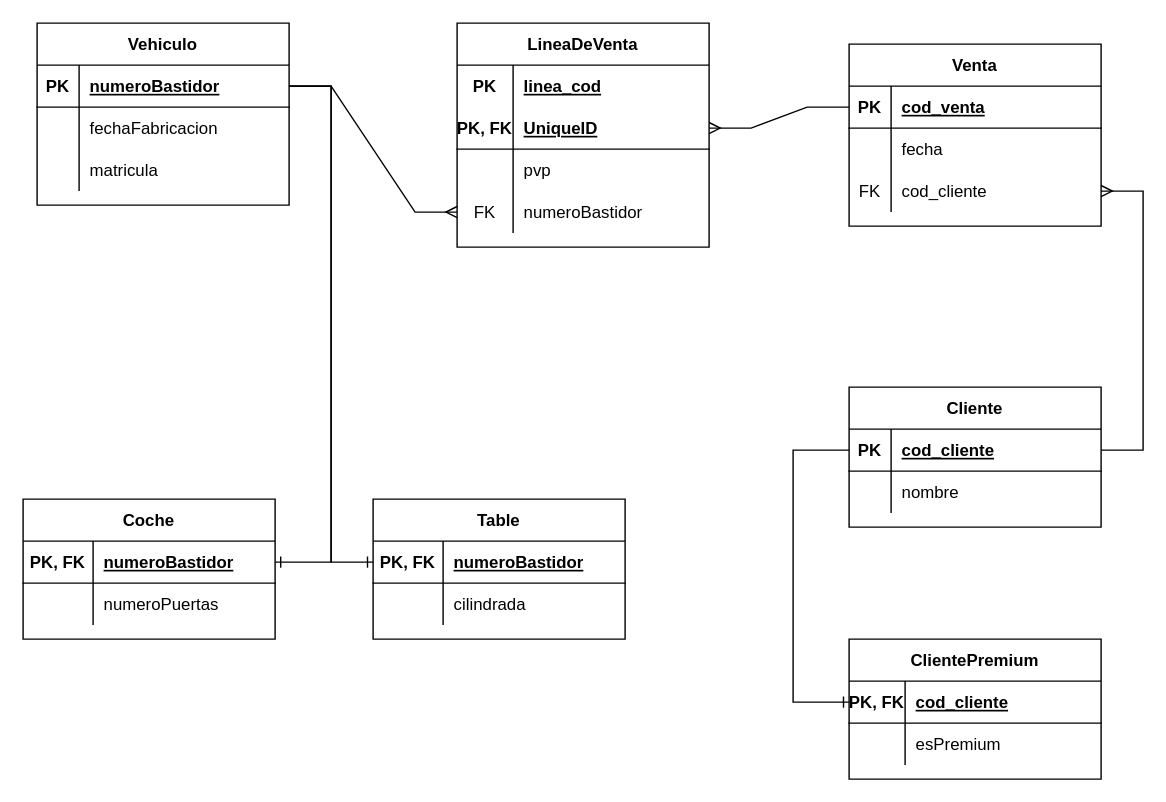
PedroPuertasR/1DAM.EV2 keeps this draw.io diagram as BBDD/Tema 8/ejercicio3.drawio. Above is the earlier version. Source tidied: cells renumbered, new cells numbered last; positions are measured from the earlier drawing's top-left corner, leaving out a move shared by most shapes. Both pictures are drawn from the tidied source at 140%, with x=0, y=0 at pixel (22, 22).
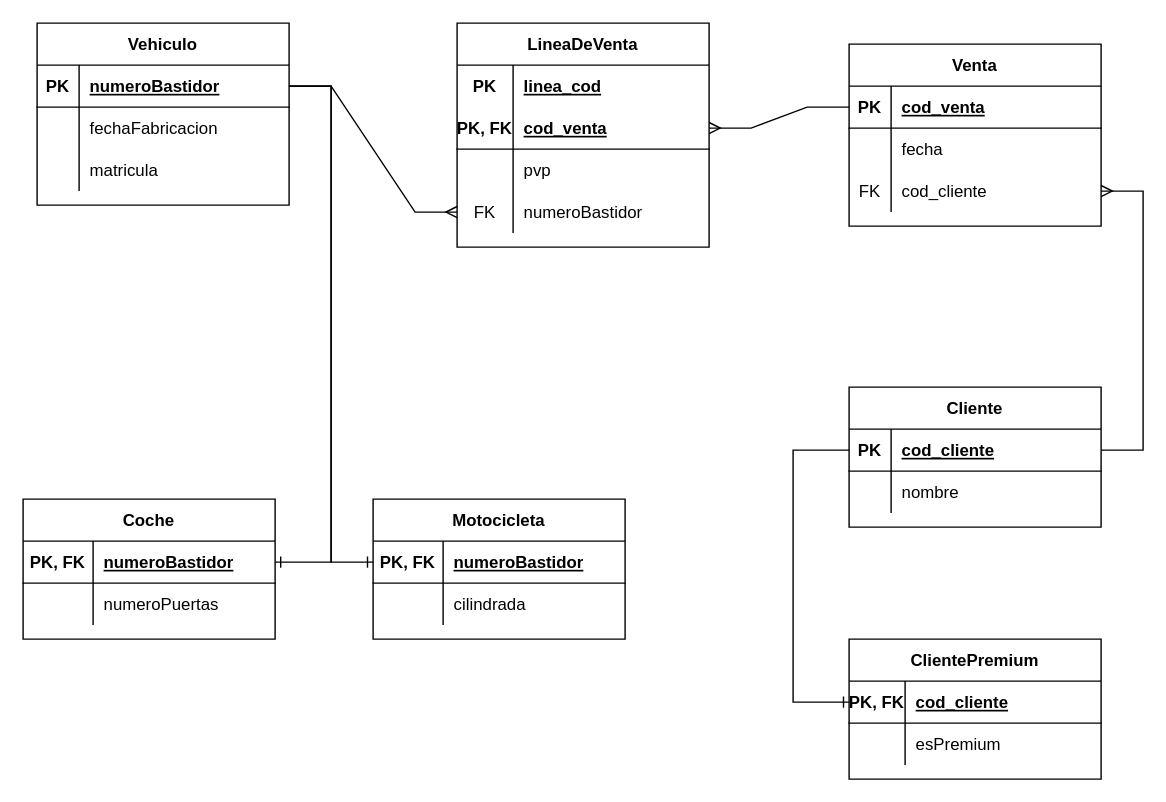
Above is the later version.

Unchanged cells that the change refers to:
```xml
<mxCell id="16" style="shape=tableRow;horizontal=0;startSize=0;swimlaneHead=0;swimlaneBody=0;fillColor=none;points=[[0,0.5],[1,0.5]];portConstraint=eastwest;top=0;left=0;right=0;bottom=1;" parent="12" vertex="1">
  <mxGeometry y="60" width="180" height="30" as="geometry" />
</mxCell>
```

Change to the diagram source:
```diff
@@
-    <mxCell id="18" value="UniqueID" style="shape=partialRectangle;fillColor=none;top=0;left=0;bottom=0;right=0;align=left;spacingLeft=6;fontStyle=5;overflow=hidden;" parent="16" vertex="1">
+    <mxCell id="18" value="cod_venta" style="shape=partialRectangle;fillColor=none;top=0;left=0;bottom=0;right=0;align=left;spacingLeft=6;fontStyle=5;overflow=hidden;" parent="16" vertex="1">
       <mxGeometry x="40" width="140" height="30" as="geometry" />
     </mxCell>
@@
-    <mxCell id="60" value="Table" style="shape=table;startSize=30;childLayout=tableLayout;rowLines=0;fontStyle=1;align=center;" parent="1" vertex="1">
+    <mxCell id="60" value="Motocicleta" style="shape=table;startSize=30;childLayout=tableLayout;rowLines=0;fontStyle=1;align=center;" parent="1" vertex="1">
       <mxGeometry x="250" y="340" width="180" height="100" as="geometry" />
     </mxCell>
```
